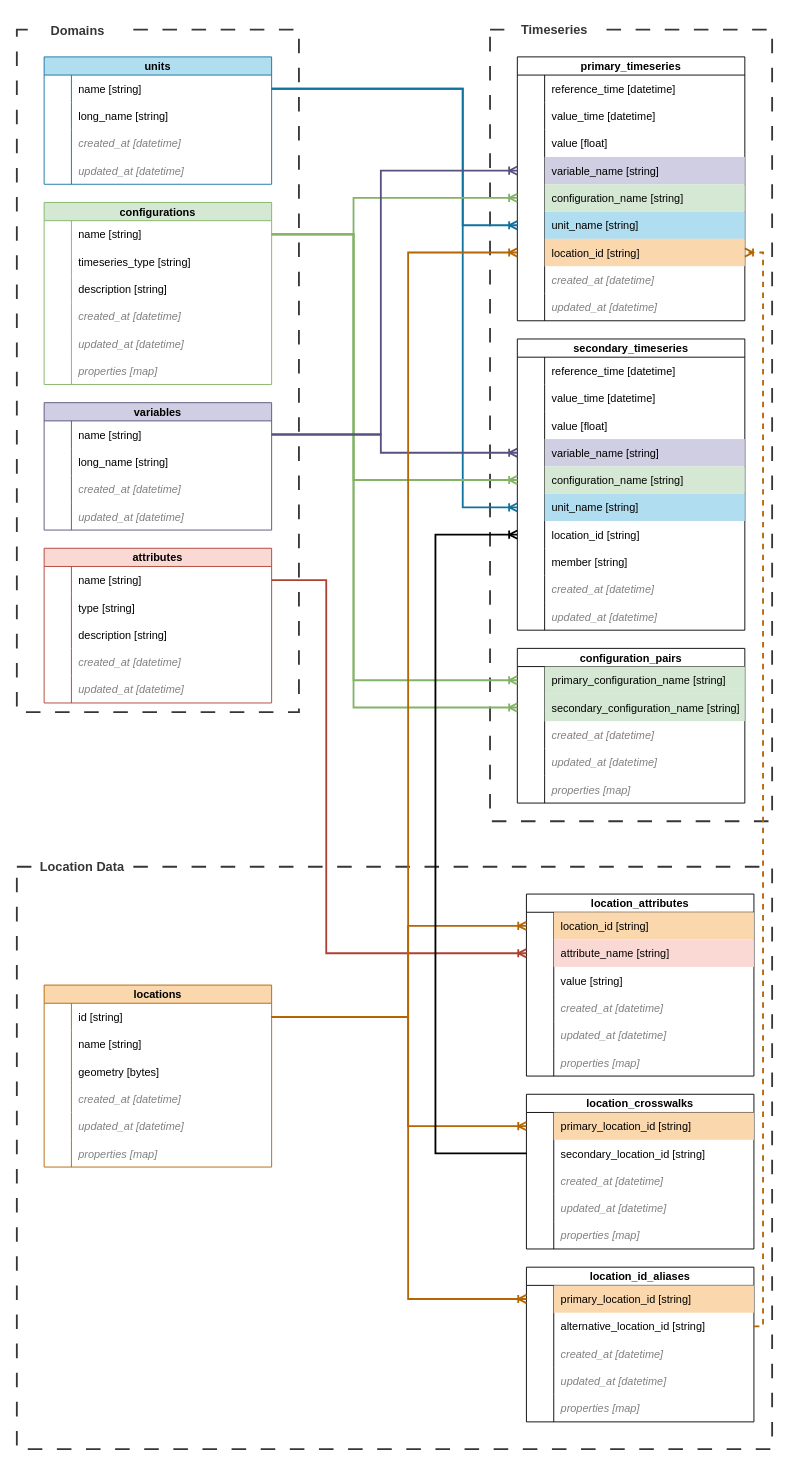
Above: docs/drawio/data_model.drawio in RTIInternational/teehr (draw.io), before the change. Source tidied: cells renumbered, new cells numbered last; positions are measured from the earlier drawing's top-left corner, leaving out a move shared by most shapes. Both pictures are drawn from the tidied source at 91%, with x=0, y=0 at pixel (16, 15).
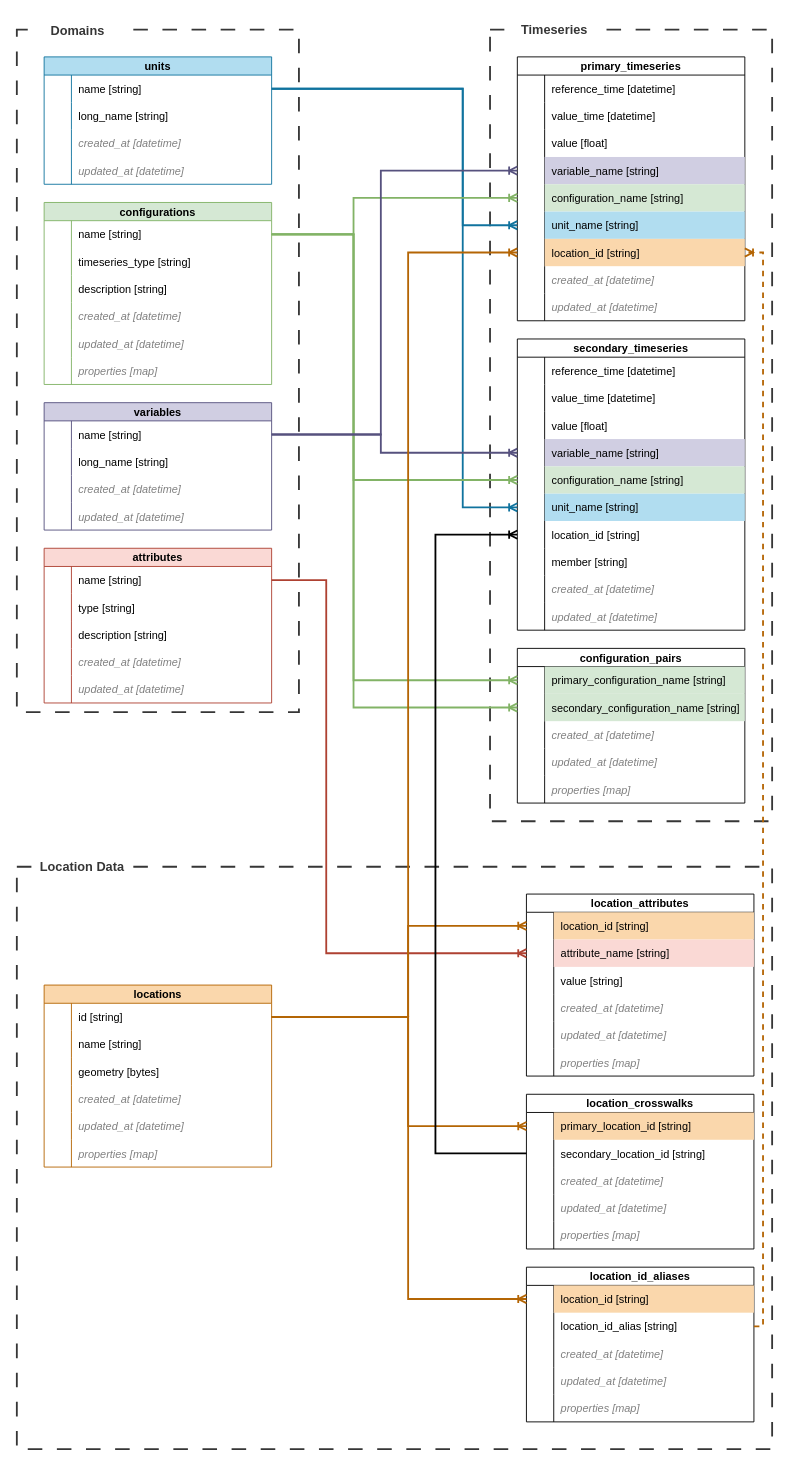
Above is the later version.

Unchanged cells that the change refers to:
```xml
<mxCell id="199" style="shape=partialRectangle;fillColor=none;points=[[0,0.5],[1,0.5]];portConstraint=eastwest;top=0;left=0;right=0;bottom=0;labelBackgroundColor=none;" parent="198" vertex="1">
  <mxGeometry y="20" width="250" height="30" as="geometry" />
</mxCell>
<mxCell id="202" style="shape=partialRectangle;fillColor=none;points=[[0,0.5],[1,0.5]];portConstraint=eastwest;top=0;left=0;right=0;bottom=0;labelBackgroundColor=none;" parent="198" vertex="1">
  <mxGeometry y="50" width="250" height="30" as="geometry" />
</mxCell>
```

Change to the diagram source:
```diff
@@
-    <mxCell id="201" value="primary_location_id [string]" style="shape=partialRectangle;overflow=hidden;top=0;left=0;bottom=0;right=0;align=left;spacingLeft=6;labelBackgroundColor=none;fillColor=#fad7ac;strokeColor=#b46504;" parent="199" vertex="1">
+    <mxCell id="201" value="location_id [string]" style="shape=partialRectangle;overflow=hidden;top=0;left=0;bottom=0;right=0;align=left;spacingLeft=6;labelBackgroundColor=none;fillColor=#fad7ac;strokeColor=#b46504;" parent="199" vertex="1">
       <mxGeometry x="30" width="220" height="30" as="geometry" />
     </mxCell>
@@
-    <mxCell id="204" value="alternative_location_id [string]" style="shape=partialRectangle;overflow=hidden;top=0;left=0;bottom=0;right=0;align=left;spacingLeft=6;labelBackgroundColor=none;fillColor=none;" parent="202" vertex="1">
+    <mxCell id="204" value="location_id_alias [string]" style="shape=partialRectangle;overflow=hidden;top=0;left=0;bottom=0;right=0;align=left;spacingLeft=6;labelBackgroundColor=none;fillColor=none;" parent="202" vertex="1">
       <mxGeometry x="30" width="220" height="30" as="geometry" />
     </mxCell>
```
